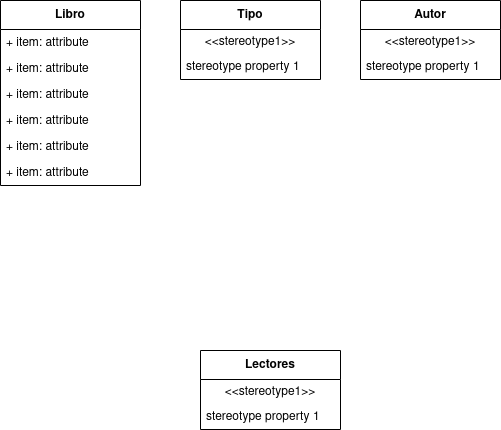
The draw.io diagram Diagrama de clases/biblioteca.drawio.png in adogonz23/ETS, before a commit. Source tidied: cells renumbered, new cells last; positions are measured from the earlier drawing's top-left corner, leaving out a move shared by most shapes.
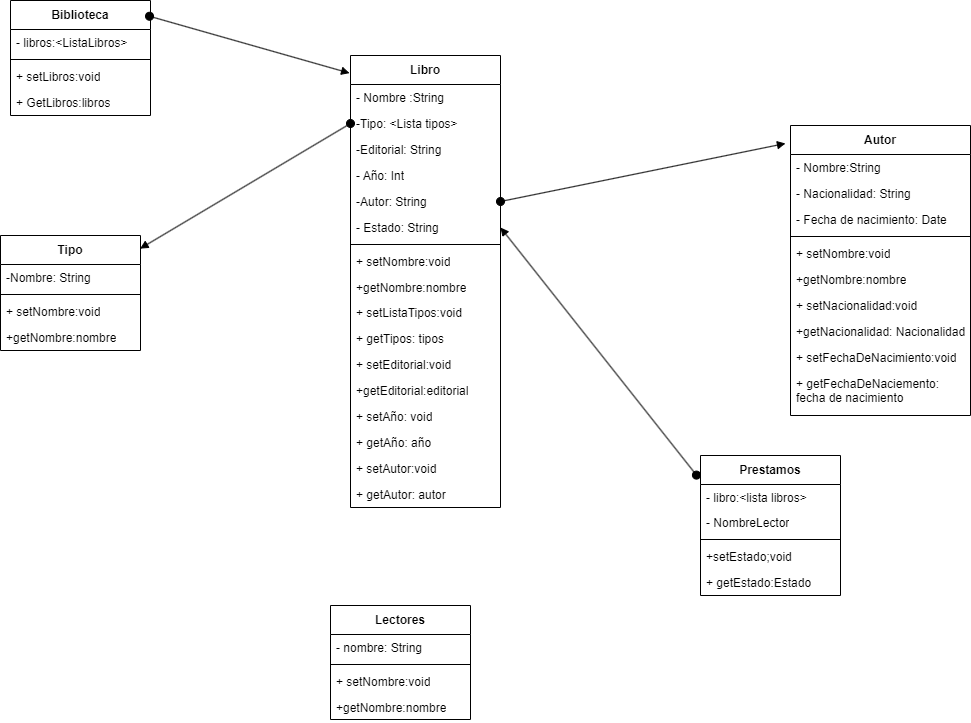
The same diagram one commit later.

Diff of the diagram source:
```diff
@@ -3,52 +3,166 @@
     <mxCell id="0" />
     <mxCell id="1" parent="0" />
     <mxCell id="2" value="Libro" style="swimlane;fontStyle=1;align=center;verticalAlign=middle;horizontal=1;startSize=29;html=1;whiteSpace=wrap;" parent="1" vertex="1">
-      <mxGeometry width="140" height="185" as="geometry" />
+      <mxGeometry x="110" y="-10" width="150" height="452" as="geometry" />
     </mxCell>
-    <mxCell id="3" value="+ item: attribute" style="text;strokeColor=none;fillColor=none;align=left;verticalAlign=top;spacingLeft=4;spacingRight=4;overflow=hidden;whiteSpace=wrap;html=1;" parent="2" vertex="1">
-      <mxGeometry y="29" width="140" height="26" as="geometry" />
+    <mxCell id="3" value="- Nombre :String" style="text;strokeColor=none;fillColor=none;align=left;verticalAlign=top;spacingLeft=4;spacingRight=4;overflow=hidden;whiteSpace=wrap;html=1;" parent="2" vertex="1">
+      <mxGeometry y="29" width="150" height="26" as="geometry" />
     </mxCell>
-    <mxCell id="4" value="+ item: attribute" style="text;strokeColor=none;fillColor=none;align=left;verticalAlign=top;spacingLeft=4;spacingRight=4;overflow=hidden;points=[[0,0.5],[1,0.5]];portConstraint=eastwest;whiteSpace=wrap;html=1;" parent="2" vertex="1">
-      <mxGeometry y="55" width="140" height="26" as="geometry" />
+    <mxCell id="4" value="-Tipo: &amp;lt;Lista tipos&amp;gt;" style="text;strokeColor=none;fillColor=none;align=left;verticalAlign=top;spacingLeft=4;spacingRight=4;overflow=hidden;points=[[0,0.5],[1,0.5]];portConstraint=eastwest;whiteSpace=wrap;html=1;" parent="2" vertex="1">
+      <mxGeometry y="55" width="150" height="26" as="geometry" />
     </mxCell>
-    <mxCell id="5" value="+ item: attribute" style="text;strokeColor=none;fillColor=none;align=left;verticalAlign=top;spacingLeft=4;spacingRight=4;overflow=hidden;whiteSpace=wrap;html=1;" parent="2" vertex="1">
-      <mxGeometry y="81" width="140" height="26" as="geometry" />
+    <mxCell id="5" value="-Editorial: String" style="text;strokeColor=none;fillColor=none;align=left;verticalAlign=top;spacingLeft=4;spacingRight=4;overflow=hidden;whiteSpace=wrap;html=1;" parent="2" vertex="1">
+      <mxGeometry y="81" width="150" height="26" as="geometry" />
     </mxCell>
-    <mxCell id="6" value="+ item: attribute" style="text;strokeColor=none;fillColor=none;align=left;verticalAlign=top;spacingLeft=4;spacingRight=4;overflow=hidden;whiteSpace=wrap;html=1;" parent="2" vertex="1">
-      <mxGeometry y="107" width="140" height="26" as="geometry" />
+    <mxCell id="6" value="- Año: Int" style="text;strokeColor=none;fillColor=none;align=left;verticalAlign=top;spacingLeft=4;spacingRight=4;overflow=hidden;whiteSpace=wrap;html=1;" parent="2" vertex="1">
+      <mxGeometry y="107" width="150" height="26" as="geometry" />
     </mxCell>
-    <mxCell id="7" value="+ item: attribute" style="text;strokeColor=none;fillColor=none;align=left;verticalAlign=top;spacingLeft=4;spacingRight=4;overflow=hidden;points=[[0,0.5],[1,0.5]];portConstraint=eastwest;whiteSpace=wrap;html=1;" parent="2" vertex="1">
-      <mxGeometry y="133" width="140" height="26" as="geometry" />
+    <mxCell id="7" value="-Autor: String" style="text;strokeColor=none;fillColor=none;align=left;verticalAlign=top;spacingLeft=4;spacingRight=4;overflow=hidden;points=[[0,0.5],[1,0.5]];portConstraint=eastwest;whiteSpace=wrap;html=1;" parent="2" vertex="1">
+      <mxGeometry y="133" width="150" height="26" as="geometry" />
     </mxCell>
+    <mxCell id="18" value="- Estado: String" style="text;strokeColor=none;fillColor=none;align=left;verticalAlign=top;spacingLeft=4;spacingRight=4;overflow=hidden;points=[[0,0.5],[1,0.5]];portConstraint=eastwest;whiteSpace=wrap;html=1;" parent="2" vertex="1">
+      <mxGeometry y="159" width="150" height="26" as="geometry" />
+    </mxCell>
+    <mxCell id="19" style="line;strokeWidth=1;fillColor=none;align=left;verticalAlign=middle;spacingTop=-1;spacingLeft=3;spacingRight=3;labelPosition=right;strokeColor=inherit;" parent="2" vertex="1">
+      <mxGeometry y="185" width="150" height="8" as="geometry" />
+    </mxCell>
-    <mxCell id="8" value="+ item: attribute" style="text;strokeColor=none;fillColor=none;align=left;verticalAlign=top;spacingLeft=4;spacingRight=4;overflow=hidden;whiteSpace=wrap;html=1;" parent="2" vertex="1">
-      <mxGeometry y="159" width="140" height="26" as="geometry" />
+    <mxCell id="8" value="+ setNombre:void" style="text;strokeColor=none;fillColor=none;align=left;verticalAlign=top;spacingLeft=4;spacingRight=4;overflow=hidden;whiteSpace=wrap;html=1;" parent="2" vertex="1">
+      <mxGeometry y="193" width="150" height="26" as="geometry" />
     </mxCell>
+    <mxCell id="20" value="+getNombre:nombre" style="text;strokeColor=none;fillColor=none;align=left;verticalAlign=top;spacingLeft=4;spacingRight=4;overflow=hidden;whiteSpace=wrap;html=1;" parent="2" vertex="1">
+      <mxGeometry y="219" width="150" height="25" as="geometry" />
+    </mxCell>
+    <mxCell id="21" value="+ setListaTipos:void" style="text;strokeColor=none;fillColor=none;align=left;verticalAlign=top;spacingLeft=4;spacingRight=4;overflow=hidden;whiteSpace=wrap;html=1;" parent="2" vertex="1">
+      <mxGeometry y="244" width="150" height="26" as="geometry" />
+    </mxCell>
+    <mxCell id="22" value="+ getTipos: tipos" style="text;strokeColor=none;fillColor=none;align=left;verticalAlign=top;spacingLeft=4;spacingRight=4;overflow=hidden;whiteSpace=wrap;html=1;" parent="2" vertex="1">
+      <mxGeometry y="270" width="150" height="26" as="geometry" />
+    </mxCell>
+    <mxCell id="23" value="+ setEditorial:void" style="text;strokeColor=none;fillColor=none;align=left;verticalAlign=top;spacingLeft=4;spacingRight=4;overflow=hidden;whiteSpace=wrap;html=1;" parent="2" vertex="1">
+      <mxGeometry y="296" width="150" height="26" as="geometry" />
+    </mxCell>
+    <mxCell id="24" value="+getEditorial:editorial" style="text;strokeColor=none;fillColor=none;align=left;verticalAlign=top;spacingLeft=4;spacingRight=4;overflow=hidden;whiteSpace=wrap;html=1;" parent="2" vertex="1">
+      <mxGeometry y="322" width="150" height="26" as="geometry" />
+    </mxCell>
+    <mxCell id="25" value="+ setAño: void" style="text;strokeColor=none;fillColor=none;align=left;verticalAlign=top;spacingLeft=4;spacingRight=4;overflow=hidden;whiteSpace=wrap;html=1;" parent="2" vertex="1">
+      <mxGeometry y="348" width="150" height="26" as="geometry" />
+    </mxCell>
+    <mxCell id="26" value="+ getAño: año" style="text;strokeColor=none;fillColor=none;align=left;verticalAlign=top;spacingLeft=4;spacingRight=4;overflow=hidden;whiteSpace=wrap;html=1;" parent="2" vertex="1">
+      <mxGeometry y="374" width="150" height="26" as="geometry" />
+    </mxCell>
+    <mxCell id="27" value="+ setAutor:void&lt;span style=&quot;white-space: pre;&quot;&gt;&#9;&lt;/span&gt;" style="text;strokeColor=none;fillColor=none;align=left;verticalAlign=top;spacingLeft=4;spacingRight=4;overflow=hidden;whiteSpace=wrap;html=1;" parent="2" vertex="1">
+      <mxGeometry y="400" width="150" height="26" as="geometry" />
+    </mxCell>
+    <mxCell id="28" value="+ getAutor: autor" style="text;strokeColor=none;fillColor=none;align=left;verticalAlign=top;spacingLeft=4;spacingRight=4;overflow=hidden;whiteSpace=wrap;html=1;" parent="2" vertex="1">
+      <mxGeometry y="426" width="150" height="26" as="geometry" />
+    </mxCell>
     <mxCell id="9" value="Tipo" style="swimlane;fontStyle=1;align=center;verticalAlign=middle;horizontal=1;startSize=29;html=1;whiteSpace=wrap;" parent="1" vertex="1">
-      <mxGeometry x="180" width="140" height="79" as="geometry" />
+      <mxGeometry x="-240" y="170" width="140" height="115" as="geometry" />
     </mxCell>
-    <mxCell id="10" value="&amp;lt;&amp;lt;stereotype1&amp;gt;&amp;gt;" style="text;html=1;strokeColor=none;fillColor=none;align=center;verticalAlign=middle;spacingLeft=4;spacingRight=4;overflow=hidden;whiteSpace=wrap;" parent="9" vertex="1">
-      <mxGeometry y="29" width="140" height="25" as="geometry" />
-    </mxCell>
-    <mxCell id="11" value="stereotype property 1" style="text;html=1;strokeColor=none;fillColor=none;align=left;verticalAlign=middle;spacingLeft=4;spacingRight=4;overflow=hidden;whiteSpace=wrap;" parent="9" vertex="1">
-      <mxGeometry y="54" width="140" height="25" as="geometry" />
-    </mxCell>
+    <mxCell id="29" value="-Nombre: String" style="text;strokeColor=none;fillColor=none;align=left;verticalAlign=top;spacingLeft=4;spacingRight=4;overflow=hidden;whiteSpace=wrap;html=1;" parent="9" vertex="1">
+      <mxGeometry y="29" width="140" height="26" as="geometry" />
+    </mxCell>
+    <mxCell id="30" style="line;strokeWidth=1;fillColor=none;align=left;verticalAlign=middle;spacingTop=-1;spacingLeft=3;spacingRight=3;labelPosition=right;strokeColor=inherit;" parent="9" vertex="1">
+      <mxGeometry y="55" width="140" height="8" as="geometry" />
+    </mxCell>
+    <mxCell id="31" value="+ setNombre:void" style="text;strokeColor=none;fillColor=none;align=left;verticalAlign=top;spacingLeft=4;spacingRight=4;overflow=hidden;whiteSpace=wrap;html=1;" parent="9" vertex="1">
+      <mxGeometry y="63" width="140" height="26" as="geometry" />
+    </mxCell>
+    <mxCell id="32" value="+getNombre:nombre" style="text;strokeColor=none;fillColor=none;align=left;verticalAlign=top;spacingLeft=4;spacingRight=4;overflow=hidden;whiteSpace=wrap;html=1;" parent="9" vertex="1">
+      <mxGeometry y="89" width="140" height="26" as="geometry" />
+    </mxCell>
     <mxCell id="12" value="Autor" style="swimlane;fontStyle=1;align=center;verticalAlign=middle;horizontal=1;startSize=29;html=1;whiteSpace=wrap;" parent="1" vertex="1">
-      <mxGeometry x="360" width="140" height="79" as="geometry" />
+      <mxGeometry x="550" y="60" width="180" height="290" as="geometry" />
     </mxCell>
-    <mxCell id="13" value="&amp;lt;&amp;lt;stereotype1&amp;gt;&amp;gt;" style="text;html=1;strokeColor=none;fillColor=none;align=center;verticalAlign=middle;spacingLeft=4;spacingRight=4;overflow=hidden;whiteSpace=wrap;" parent="12" vertex="1">
-      <mxGeometry y="29" width="140" height="25" as="geometry" />
-    </mxCell>
-    <mxCell id="14" value="stereotype property 1" style="text;html=1;strokeColor=none;fillColor=none;align=left;verticalAlign=middle;spacingLeft=4;spacingRight=4;overflow=hidden;whiteSpace=wrap;" parent="12" vertex="1">
-      <mxGeometry y="54" width="140" height="25" as="geometry" />
-    </mxCell>
+    <mxCell id="33" value="- Nombre:String" style="text;strokeColor=none;fillColor=none;align=left;verticalAlign=top;spacingLeft=4;spacingRight=4;overflow=hidden;whiteSpace=wrap;html=1;" parent="12" vertex="1">
+      <mxGeometry y="29" width="180" height="26" as="geometry" />
+    </mxCell>
+    <mxCell id="34" value="- Nacionalidad: String" style="text;strokeColor=none;fillColor=none;align=left;verticalAlign=top;spacingLeft=4;spacingRight=4;overflow=hidden;whiteSpace=wrap;html=1;" parent="12" vertex="1">
+      <mxGeometry y="55" width="180" height="26" as="geometry" />
+    </mxCell>
+    <mxCell id="35" value="- Fecha de nacimiento: Date" style="text;strokeColor=none;fillColor=none;align=left;verticalAlign=top;spacingLeft=4;spacingRight=4;overflow=hidden;whiteSpace=wrap;html=1;" parent="12" vertex="1">
+      <mxGeometry y="81" width="180" height="26" as="geometry" />
+    </mxCell>
+    <mxCell id="36" style="line;strokeWidth=1;fillColor=none;align=left;verticalAlign=middle;spacingTop=-1;spacingLeft=3;spacingRight=3;labelPosition=right;strokeColor=inherit;" parent="12" vertex="1">
+      <mxGeometry y="107" width="180" height="8" as="geometry" />
+    </mxCell>
+    <mxCell id="37" value="+ setNombre:void" style="text;strokeColor=none;fillColor=none;align=left;verticalAlign=top;spacingLeft=4;spacingRight=4;overflow=hidden;whiteSpace=wrap;html=1;" parent="12" vertex="1">
+      <mxGeometry y="115" width="180" height="26" as="geometry" />
+    </mxCell>
+    <mxCell id="38" value="+getNombre:nombre" style="text;strokeColor=none;fillColor=none;align=left;verticalAlign=top;spacingLeft=4;spacingRight=4;overflow=hidden;whiteSpace=wrap;html=1;" parent="12" vertex="1">
+      <mxGeometry y="141" width="180" height="26" as="geometry" />
+    </mxCell>
+    <mxCell id="39" value="+ setNacionalidad:void" style="text;strokeColor=none;fillColor=none;align=left;verticalAlign=top;spacingLeft=4;spacingRight=4;overflow=hidden;whiteSpace=wrap;html=1;" parent="12" vertex="1">
+      <mxGeometry y="167" width="180" height="26" as="geometry" />
+    </mxCell>
+    <mxCell id="40" value="+getNacionalidad: Nacionalidad" style="text;strokeColor=none;fillColor=none;align=left;verticalAlign=top;spacingLeft=4;spacingRight=4;overflow=hidden;whiteSpace=wrap;html=1;" parent="12" vertex="1">
+      <mxGeometry y="193" width="180" height="26" as="geometry" />
+    </mxCell>
+    <mxCell id="41" value="+ setFechaDeNacimiento:void" style="text;strokeColor=none;fillColor=none;align=left;verticalAlign=top;spacingLeft=4;spacingRight=4;overflow=hidden;whiteSpace=wrap;html=1;" parent="12" vertex="1">
+      <mxGeometry y="219" width="180" height="26" as="geometry" />
+    </mxCell>
+    <mxCell id="42" value="+ getFechaDeNaciemento: fecha de nacimiento" style="text;strokeColor=none;fillColor=none;align=left;verticalAlign=top;spacingLeft=4;spacingRight=4;overflow=hidden;whiteSpace=wrap;html=1;" parent="12" vertex="1">
+      <mxGeometry y="245" width="180" height="45" as="geometry" />
+    </mxCell>
     <mxCell id="15" value="Lectores" style="swimlane;fontStyle=1;align=center;verticalAlign=middle;horizontal=1;startSize=29;html=1;whiteSpace=wrap;" parent="1" vertex="1">
-      <mxGeometry x="200" y="350" width="140" height="79" as="geometry" />
+      <mxGeometry x="90" y="540" width="140" height="114" as="geometry" />
     </mxCell>
-    <mxCell id="16" value="&amp;lt;&amp;lt;stereotype1&amp;gt;&amp;gt;" style="text;html=1;strokeColor=none;fillColor=none;align=center;verticalAlign=middle;spacingLeft=4;spacingRight=4;overflow=hidden;whiteSpace=wrap;" parent="15" vertex="1">
-      <mxGeometry y="29" width="140" height="25" as="geometry" />
-    </mxCell>
-    <mxCell id="17" value="stereotype property 1" style="text;html=1;strokeColor=none;fillColor=none;align=left;verticalAlign=middle;spacingLeft=4;spacingRight=4;overflow=hidden;whiteSpace=wrap;" parent="15" vertex="1">
-      <mxGeometry y="54" width="140" height="25" as="geometry" />
-    </mxCell>
+    <mxCell id="43" value="- nombre: String" style="text;strokeColor=none;fillColor=none;align=left;verticalAlign=top;spacingLeft=4;spacingRight=4;overflow=hidden;whiteSpace=wrap;html=1;" parent="15" vertex="1">
+      <mxGeometry y="29" width="140" height="26" as="geometry" />
+    </mxCell>
+    <mxCell id="44" style="line;strokeWidth=1;fillColor=none;align=left;verticalAlign=middle;spacingTop=-1;spacingLeft=3;spacingRight=3;labelPosition=right;strokeColor=inherit;" parent="15" vertex="1">
+      <mxGeometry y="55" width="140" height="8" as="geometry" />
+    </mxCell>
+    <mxCell id="45" value="+ setNombre:void" style="text;strokeColor=none;fillColor=none;align=left;verticalAlign=top;spacingLeft=4;spacingRight=4;overflow=hidden;whiteSpace=wrap;html=1;" parent="15" vertex="1">
+      <mxGeometry y="63" width="140" height="26" as="geometry" />
+    </mxCell>
+    <mxCell id="46" value="+getNombre:nombre" style="text;strokeColor=none;fillColor=none;align=left;verticalAlign=top;spacingLeft=4;spacingRight=4;overflow=hidden;whiteSpace=wrap;html=1;" parent="15" vertex="1">
+      <mxGeometry y="89" width="140" height="25" as="geometry" />
+    </mxCell>
+    <mxCell id="47" value="Biblioteca" style="swimlane;fontStyle=1;align=center;verticalAlign=middle;horizontal=1;startSize=29;html=1;whiteSpace=wrap;" parent="1" vertex="1">
+      <mxGeometry x="-230" y="-65" width="140" height="115" as="geometry" />
+    </mxCell>
+    <mxCell id="48" value="- libros:&amp;lt;ListaLibros&amp;gt;" style="text;strokeColor=none;fillColor=none;align=left;verticalAlign=top;spacingLeft=4;spacingRight=4;overflow=hidden;whiteSpace=wrap;html=1;" parent="47" vertex="1">
+      <mxGeometry y="29" width="140" height="26" as="geometry" />
+    </mxCell>
+    <mxCell id="49" style="line;strokeWidth=1;fillColor=none;align=left;verticalAlign=middle;spacingTop=-1;spacingLeft=3;spacingRight=3;labelPosition=right;strokeColor=inherit;" parent="47" vertex="1">
+      <mxGeometry y="55" width="140" height="8" as="geometry" />
+    </mxCell>
+    <mxCell id="50" value="+ setLibros:void" style="text;strokeColor=none;fillColor=none;align=left;verticalAlign=top;spacingLeft=4;spacingRight=4;overflow=hidden;whiteSpace=wrap;html=1;" parent="47" vertex="1">
+      <mxGeometry y="63" width="140" height="26" as="geometry" />
+    </mxCell>
+    <mxCell id="51" value="+ GetLibros:libros" style="text;strokeColor=none;fillColor=none;align=left;verticalAlign=top;spacingLeft=4;spacingRight=4;overflow=hidden;whiteSpace=wrap;html=1;" parent="47" vertex="1">
+      <mxGeometry y="89" width="140" height="26" as="geometry" />
+    </mxCell>
+    <mxCell id="52" value="Prestamos" style="swimlane;fontStyle=1;align=center;verticalAlign=middle;horizontal=1;startSize=29;html=1;whiteSpace=wrap;" parent="1" vertex="1">
+      <mxGeometry x="460" y="390" width="140" height="140" as="geometry" />
+    </mxCell>
+    <mxCell id="53" value="- libro:&amp;lt;lista libros&amp;gt;" style="text;strokeColor=none;fillColor=none;align=left;verticalAlign=top;spacingLeft=4;spacingRight=4;overflow=hidden;whiteSpace=wrap;html=1;" parent="52" vertex="1">
+      <mxGeometry y="29" width="140" height="25" as="geometry" />
+    </mxCell>
+    <mxCell id="54" value="- NombreLector" style="text;strokeColor=none;fillColor=none;align=left;verticalAlign=top;spacingLeft=4;spacingRight=4;overflow=hidden;whiteSpace=wrap;html=1;" parent="52" vertex="1">
+      <mxGeometry y="54" width="140" height="26" as="geometry" />
+    </mxCell>
+    <mxCell id="55" style="line;strokeWidth=1;fillColor=none;align=left;verticalAlign=middle;spacingTop=-1;spacingLeft=3;spacingRight=3;labelPosition=right;strokeColor=inherit;" parent="52" vertex="1">
+      <mxGeometry y="80" width="140" height="8" as="geometry" />
+    </mxCell>
+    <mxCell id="56" value="+setEstado;void" style="text;strokeColor=none;fillColor=none;align=left;verticalAlign=top;spacingLeft=4;spacingRight=4;overflow=hidden;whiteSpace=wrap;html=1;" parent="52" vertex="1">
+      <mxGeometry y="88" width="140" height="26" as="geometry" />
+    </mxCell>
+    <mxCell id="57" value="+ getEstado:Estado" style="text;strokeColor=none;fillColor=none;align=left;verticalAlign=top;spacingLeft=4;spacingRight=4;overflow=hidden;whiteSpace=wrap;html=1;" parent="52" vertex="1">
+      <mxGeometry y="114" width="140" height="26" as="geometry" />
+    </mxCell>
+    <mxCell id="58" style="html=1;verticalAlign=bottom;startArrow=oval;startFill=1;endArrow=block;startSize=8;curved=0;rounded=0;exitX=0.993;exitY=0.137;exitDx=0;exitDy=0;exitPerimeter=0;entryX=-0.006;entryY=0.039;entryDx=0;entryDy=0;entryPerimeter=0;" parent="1" edge="1" source="47" target="2">
+      <mxGeometry relative="1" as="geometry" />
+    </mxCell>
+    <mxCell id="59" style="html=1;verticalAlign=bottom;startArrow=oval;startFill=1;endArrow=block;startSize=8;curved=0;rounded=0;exitX=0;exitY=0.5;exitDx=0;exitDy=0;entryX=0.997;entryY=0.114;entryDx=0;entryDy=0;entryPerimeter=0;" parent="1" edge="1" source="4" target="9">
+      <mxGeometry relative="1" as="geometry" />
+    </mxCell>
+    <mxCell id="60" style="html=1;verticalAlign=bottom;startArrow=oval;startFill=1;endArrow=block;startSize=8;curved=0;rounded=0;exitX=-0.029;exitY=0.14;exitDx=0;exitDy=0;exitPerimeter=0;entryX=1;entryY=0.5;entryDx=0;entryDy=0;" parent="1" edge="1" source="52" target="18">
+      <mxGeometry relative="1" as="geometry" />
+    </mxCell>
+    <mxCell id="61" style="html=1;verticalAlign=bottom;startArrow=oval;startFill=1;endArrow=block;startSize=8;curved=0;rounded=0;exitX=1;exitY=0.5;exitDx=0;exitDy=0;entryX=-0.028;entryY=0.062;entryDx=0;entryDy=0;entryPerimeter=0;" parent="1" edge="1" source="7" target="12">
+      <mxGeometry relative="1" as="geometry" />
+    </mxCell>
   </root>
 </mxGraphModel>
```
